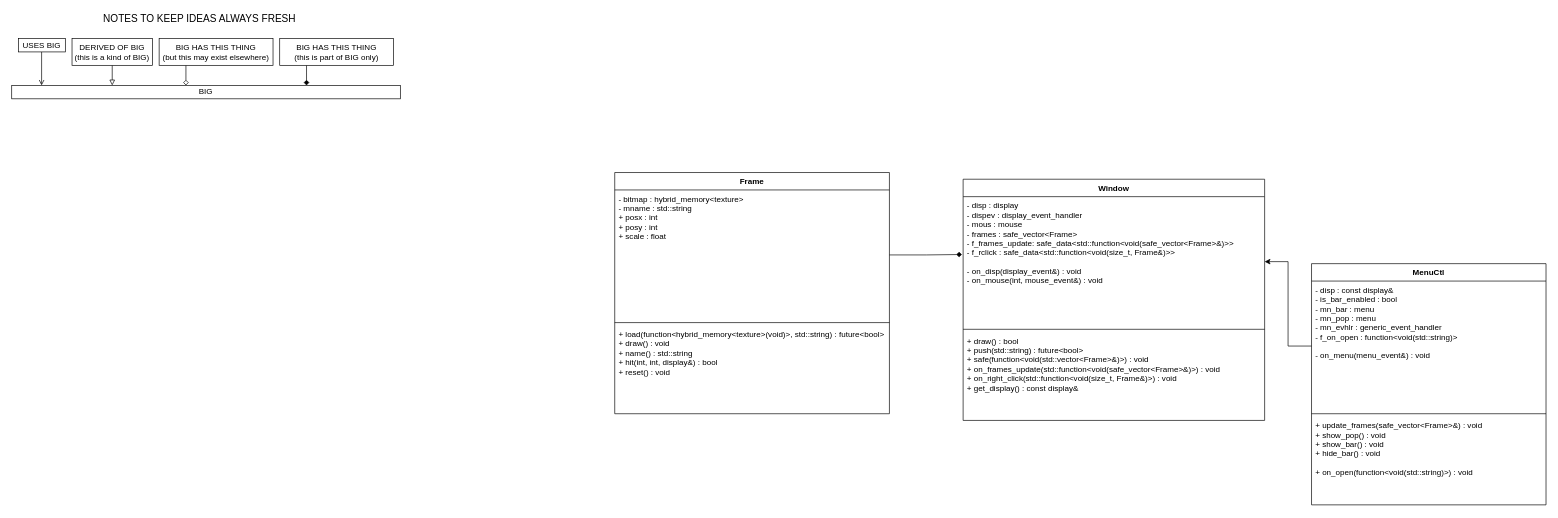
Lohkdesgds/ImageViewer keeps this draw.io diagram as Diagrams/ImageViewer_V4.drawio. Above is the earlier version. Source tidied: cells renumbered, new cells numbered last; positions are measured from the earlier drawing's top-left corner, leaving out a move shared by most shapes. Both pictures are drawn from the tidied source at 67%, with x=0, y=0 at pixel (11, 11).
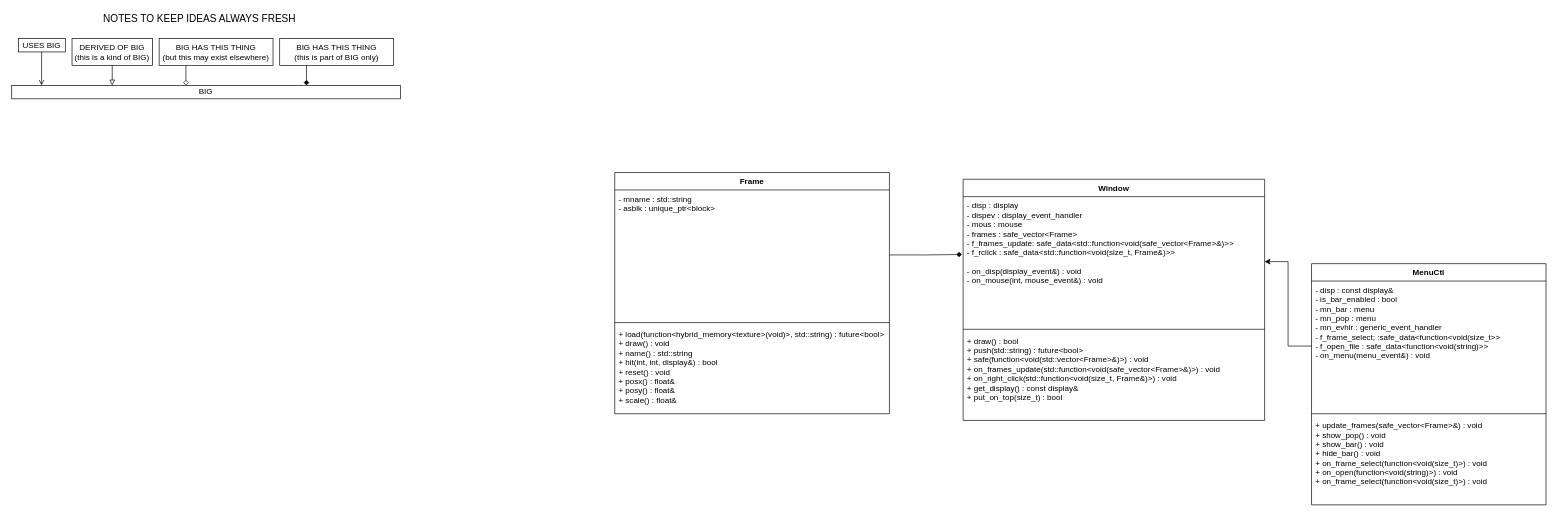
After the change.

The change refers to these unchanged cells:
```xml
<mxCell id="12" value="Frame" style="swimlane;fontStyle=1;align=center;verticalAlign=top;horizontal=1;startSize=26;" parent="1" vertex="1">
  <mxGeometry x="900" y="240" width="410" height="360" as="geometry" />
</mxCell>
<mxCell id="16" value="Window" style="swimlane;fontStyle=1;align=center;verticalAlign=top;horizontal=1;startSize=26;" parent="1" vertex="1">
  <mxGeometry x="1420" y="250" width="450" height="360" as="geometry" />
</mxCell>
<mxCell id="21" value="MenuCtl" style="swimlane;fontStyle=1;align=center;verticalAlign=top;horizontal=1;startSize=26;" parent="1" vertex="1">
  <mxGeometry x="1940" y="376" width="350" height="360" as="geometry" />
</mxCell>
```

What changed in the source:
```diff
@@
-    <mxCell id="13" value="- bitmap : hybrid_memory&lt;texture&gt;&#10;- mname : std::string&#10;+ posx : int&#10;+ posy : int&#10;+ scale : float" style="text;strokeColor=none;fillColor=none;align=left;verticalAlign=top;spacingLeft=4;spacingRight=4;overflow=hidden;points=[[0,0.5],[1,0.5]];portConstraint=eastwest;" parent="12" vertex="1">
+    <mxCell id="13" value="- mname : std::string&#10;- asblk : unique_ptr&lt;block&gt;" style="text;strokeColor=none;fillColor=none;align=left;verticalAlign=top;spacingLeft=4;spacingRight=4;overflow=hidden;points=[[0,0.5],[1,0.5]];portConstraint=eastwest;" parent="12" vertex="1">
       <mxGeometry y="26" width="410" height="194" as="geometry" />
     </mxCell>
@@
-    <mxCell id="15" value="+ load(function&lt;hybrid_memory&lt;texture&gt;(void)&gt;, std::string) : future&lt;bool&gt;&#10;+ draw() : void&#10;+ name() : std::string&#10;+ hit(int, int, display&amp;) : bool&#10;+ reset() : void" style="text;strokeColor=none;fillColor=none;align=left;verticalAlign=top;spacingLeft=4;spacingRight=4;overflow=hidden;" parent="12" vertex="1">
+    <mxCell id="15" value="+ load(function&lt;hybrid_memory&lt;texture&gt;(void)&gt;, std::string) : future&lt;bool&gt;&#10;+ draw() : void&#10;+ name() : std::string&#10;+ hit(int, int, display&amp;) : bool&#10;+ reset() : void&#10;+ posx() : float&amp;&#10;+ posy() : float&amp;&#10;+ scale() : float&amp;" style="text;strokeColor=none;fillColor=none;align=left;verticalAlign=top;spacingLeft=4;spacingRight=4;overflow=hidden;" parent="12" vertex="1">
       <mxGeometry y="228" width="410" height="132" as="geometry" />
     </mxCell>
@@
-    <mxCell id="19" value="+ draw() : bool&#10;+ push(std::string) : future&lt;bool&gt;&#10;+ safe(function&lt;void(std::vector&lt;Frame&gt;&amp;)&gt;) : void&#10;+ on_frames_update(std::function&lt;void(safe_vector&lt;Frame&gt;&amp;)&gt;) : void&#10;+ on_right_click(std::function&lt;void(size_t, Frame&amp;)&gt;) : void&#10;+ get_display() : const display&amp;" style="text;strokeColor=none;fillColor=none;align=left;verticalAlign=top;spacingLeft=4;spacingRight=4;overflow=hidden;" parent="16" vertex="1">
+    <mxCell id="19" value="+ draw() : bool&#10;+ push(std::string) : future&lt;bool&gt;&#10;+ safe(function&lt;void(std::vector&lt;Frame&gt;&amp;)&gt;) : void&#10;+ on_frames_update(std::function&lt;void(safe_vector&lt;Frame&gt;&amp;)&gt;) : void&#10;+ on_right_click(std::function&lt;void(size_t, Frame&amp;)&gt;) : void&#10;+ get_display() : const display&amp;&#10;+ put_on_top(size_t) : bool" style="text;strokeColor=none;fillColor=none;align=left;verticalAlign=top;spacingLeft=4;spacingRight=4;overflow=hidden;" parent="16" vertex="1">
       <mxGeometry y="228" width="450" height="132" as="geometry" />
     </mxCell>
@@
-    <mxCell id="22" value="- disp : const display&amp;&#10;- is_bar_enabled : bool&#10;- mn_bar : menu&#10;- mn_pop : menu&#10;- mn_evhlr : generic_event_handler&#10;- f_on_open : function&lt;void(std::string)&gt;&#10;&#10;- on_menu(menu_event&amp;) : void" style="text;strokeColor=none;fillColor=none;align=left;verticalAlign=top;spacingLeft=4;spacingRight=4;overflow=hidden;points=[[0,0.5],[1,0.5]];portConstraint=eastwest;" parent="21" vertex="1">
+    <mxCell id="22" value="- disp : const display&amp;&#10;- is_bar_enabled : bool&#10;- mn_bar : menu&#10;- mn_pop : menu&#10;- mn_evhlr : generic_event_handler&#10;- f_frame_select; :safe_data&lt;function&lt;void(size_t&gt;&gt;&#10;- f_open_file : safe_data&lt;function&lt;void(string)&gt;&gt;&#10;- on_menu(menu_event&amp;) : void" style="text;strokeColor=none;fillColor=none;align=left;verticalAlign=top;spacingLeft=4;spacingRight=4;overflow=hidden;points=[[0,0.5],[1,0.5]];portConstraint=eastwest;" parent="21" vertex="1">
       <mxGeometry y="26" width="350" height="194" as="geometry" />
     </mxCell>
@@
-    <mxCell id="24" value="+ update_frames(safe_vector&lt;Frame&gt;&amp;) : void&#10;+ show_pop() : void&#10;+ show_bar() : void&#10;+ hide_bar() : void&#10;&#10;+ on_open(function&lt;void(std::string)&gt;) : void" style="text;strokeColor=none;fillColor=none;align=left;verticalAlign=top;spacingLeft=4;spacingRight=4;overflow=hidden;" parent="21" vertex="1">
+    <mxCell id="24" value="+ update_frames(safe_vector&lt;Frame&gt;&amp;) : void&#10;+ show_pop() : void&#10;+ show_bar() : void&#10;+ hide_bar() : void&#10;+ on_frame_select(function&lt;void(size_t)&gt;) : void&#10;+ on_open(function&lt;void(string)&gt;) : void&#10;+ on_frame_select(function&lt;void(size_t)&gt;) : void" style="text;strokeColor=none;fillColor=none;align=left;verticalAlign=top;spacingLeft=4;spacingRight=4;overflow=hidden;" parent="21" vertex="1">
       <mxGeometry y="228" width="350" height="132" as="geometry" />
     </mxCell>
```
